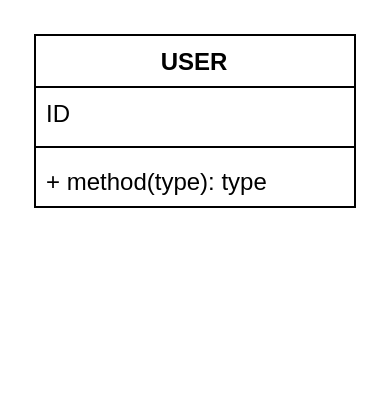
The draw.io diagram Splitwise.drawio in surajnaik90/Architectures-Designs, before the edit. Source tidied: cells renumbered, new cells numbered last; positions are measured from the earlier drawing's top-left corner, leaving out a move shared by most shapes. Both pictures are drawn from the tidied source at 200%, with x=0, y=0 at pixel (34, 34).
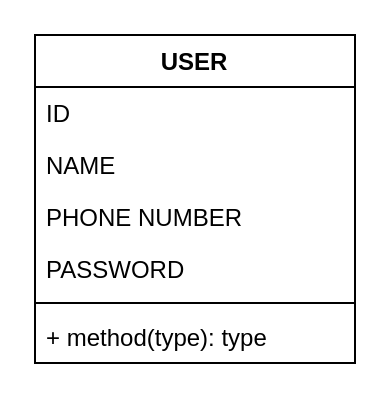
The same diagram, later.

What changed in the source:
```diff
@@
 <mxGraphModel>
   <root>
     <mxCell id="0" />
     <mxCell id="1" parent="0" />
     <mxCell id="2" value="USER" style="swimlane;fontStyle=1;align=center;verticalAlign=top;horizontal=1;startSize=26;whiteSpace=wrap;html=1;" parent="1" vertex="1">
-      <mxGeometry width="160" height="86" as="geometry" />
+      <mxGeometry width="160" height="164" as="geometry" />
     </mxCell>
     <mxCell id="3" value="ID&lt;br&gt;" style="text;strokeColor=none;fillColor=none;align=left;verticalAlign=top;spacingLeft=4;spacingRight=4;overflow=hidden;whiteSpace=wrap;html=1;" parent="2" vertex="1">
       <mxGeometry y="26" width="160" height="26" as="geometry" />
     </mxCell>
+    <mxCell id="6" value="NAME" style="text;strokeColor=none;fillColor=none;align=left;verticalAlign=top;spacingLeft=4;spacingRight=4;overflow=hidden;whiteSpace=wrap;html=1;" parent="2" vertex="1">
+      <mxGeometry y="52" width="160" height="26" as="geometry" />
+    </mxCell>
+    <mxCell id="7" value="PHONE NUMBER" style="text;strokeColor=none;fillColor=none;align=left;verticalAlign=top;spacingLeft=4;spacingRight=4;overflow=hidden;whiteSpace=wrap;html=1;" parent="2" vertex="1">
+      <mxGeometry y="78" width="160" height="26" as="geometry" />
+    </mxCell>
+    <mxCell id="8" value="PASSWORD" style="text;strokeColor=none;fillColor=none;align=left;verticalAlign=top;spacingLeft=4;spacingRight=4;overflow=hidden;whiteSpace=wrap;html=1;" parent="2" vertex="1">
+      <mxGeometry y="104" width="160" height="26" as="geometry" />
+    </mxCell>
     <mxCell id="4" style="line;strokeWidth=1;fillColor=none;align=left;verticalAlign=middle;spacingTop=-1;spacingLeft=3;spacingRight=3;labelPosition=right;strokeColor=inherit;" parent="2" vertex="1">
-      <mxGeometry y="52" width="160" height="8" as="geometry" />
+      <mxGeometry y="130" width="160" height="8" as="geometry" />
     </mxCell>
     <mxCell id="5" value="+ method(type): type" style="text;strokeColor=none;fillColor=none;align=left;verticalAlign=top;spacingLeft=4;spacingRight=4;overflow=hidden;whiteSpace=wrap;html=1;" parent="2" vertex="1">
-      <mxGeometry y="60" width="160" height="26" as="geometry" />
+      <mxGeometry y="138" width="160" height="26" as="geometry" />
     </mxCell>
   </root>
 </mxGraphModel>
```
